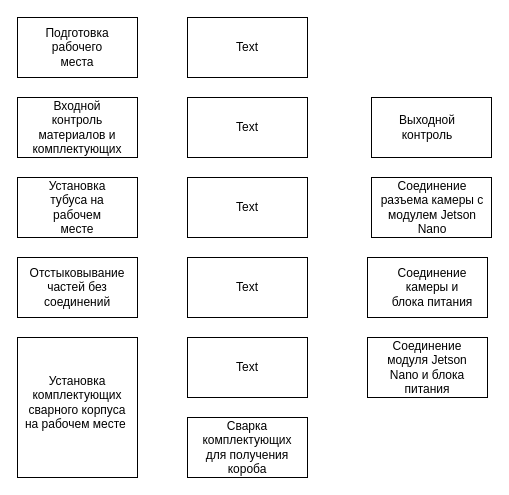
Above: Диаграмма без названия.drawio in SleptsovDenis/Kursach (draw.io), before the change. Source tidied: cells renumbered, new cells numbered last; positions are measured from the earlier drawing's top-left corner, leaving out a move shared by most shapes. Both pictures are drawn from the tidied source at 100%, with x=0, y=0 at pixel (17, 17).
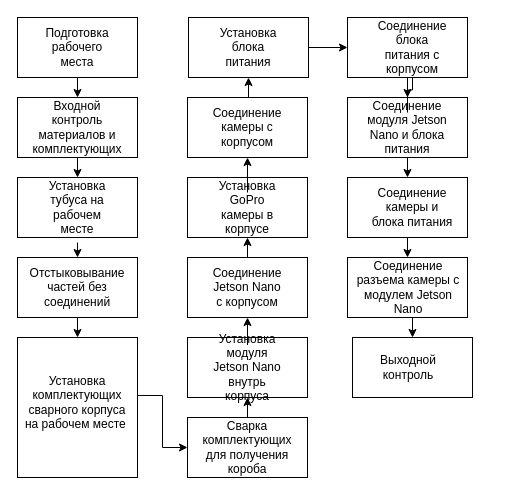
The same page after the edit.

The change refers to these unchanged cells:
```xml
<mxCell id="2" style="rounded=0;whiteSpace=wrap;html=1;" parent="1" vertex="1">
  <mxGeometry width="120" height="60" as="geometry" />
</mxCell>
<mxCell id="3" style="rounded=0;whiteSpace=wrap;html=1;" parent="1" vertex="1">
  <mxGeometry y="240" width="120" height="60" as="geometry" />
</mxCell>
<mxCell id="4" style="rounded=0;whiteSpace=wrap;html=1;" parent="1" vertex="1">
  <mxGeometry y="160" width="120" height="60" as="geometry" />
</mxCell>
<mxCell id="5" style="rounded=0;whiteSpace=wrap;html=1;" parent="1" vertex="1">
  <mxGeometry y="80" width="120" height="60" as="geometry" />
</mxCell>
<mxCell id="6" style="rounded=0;whiteSpace=wrap;html=1;" parent="1" vertex="1">
  <mxGeometry y="320" width="120" height="140" as="geometry" />
</mxCell>
<mxCell id="20" style="rounded=0;whiteSpace=wrap;html=1;" parent="1" vertex="1">
  <mxGeometry x="170" y="80" width="120" height="60" as="geometry" />
</mxCell>
<mxCell id="23" style="rounded=0;whiteSpace=wrap;html=1;" parent="1" vertex="1">
  <mxGeometry x="170" y="160" width="120" height="60" as="geometry" />
</mxCell>
<mxCell id="24" style="rounded=0;whiteSpace=wrap;html=1;" parent="1" vertex="1">
  <mxGeometry x="170" y="240" width="120" height="60" as="geometry" />
</mxCell>
<mxCell id="27" style="rounded=0;whiteSpace=wrap;html=1;" parent="1" vertex="1">
  <mxGeometry x="170" y="320" width="120" height="60" as="geometry" />
</mxCell>
<mxCell id="28" style="rounded=0;whiteSpace=wrap;html=1;" parent="1" vertex="1">
  <mxGeometry x="170" y="400" width="120" height="60" as="geometry" />
</mxCell>
```

The edit, as a diff of the source:
```diff
@@
+    <mxCell id="32" style="edgeStyle=orthogonalEdgeStyle;rounded=0;jettySize=auto;html=1;exitX=0.5;exitY=1;exitDx=0;exitDy=0;entryX=0.5;entryY=0;entryDx=0;entryDy=0;" parent="1" edge="1" source="2" target="5">
+      <mxGeometry relative="1" as="geometry" />
+    </mxCell>
@@
+    <mxCell id="33" style="edgeStyle=orthogonalEdgeStyle;rounded=0;jettySize=auto;html=1;exitX=0.5;exitY=1;exitDx=0;exitDy=0;entryX=0.5;entryY=0;entryDx=0;entryDy=0;" parent="1" edge="1" source="3" target="6">
+      <mxGeometry relative="1" as="geometry" />
+    </mxCell>
@@
     <mxCell id="7" style="rounded=0;whiteSpace=wrap;html=1;" parent="1" vertex="1">
-      <mxGeometry x="350" y="320" width="120" height="60" as="geometry" />
+      <mxGeometry x="330" y="80" width="120" height="60" as="geometry" />
     </mxCell>
     <mxCell id="8" style="rounded=0;whiteSpace=wrap;html=1;" parent="1" vertex="1">
-      <mxGeometry x="350" y="240" width="120" height="60" as="geometry" />
+      <mxGeometry x="330" y="160" width="120" height="60" as="geometry" />
     </mxCell>
     <mxCell id="9" style="rounded=0;whiteSpace=wrap;html=1;" parent="1" vertex="1">
-      <mxGeometry x="354" y="160" width="120" height="60" as="geometry" />
+      <mxGeometry x="330" y="240" width="120" height="60" as="geometry" />
     </mxCell>
     <mxCell id="10" style="rounded=0;whiteSpace=wrap;html=1;" parent="1" vertex="1">
-      <mxGeometry x="354" y="80" width="120" height="60" as="geometry" />
+      <mxGeometry x="335" y="320" width="120" height="60" as="geometry" />
     </mxCell>
@@
+    <mxCell id="34" style="edgeStyle=orthogonalEdgeStyle;rounded=0;jettySize=auto;html=1;entryX=0.5;entryY=0;entryDx=0;entryDy=0;" parent="1" edge="1" target="3">
+      <mxGeometry relative="1" as="geometry">
+        <mxPoint x="60" y="225" as="sourcePoint" />
+      </mxGeometry>
+    </mxCell>
@@
+    <mxCell id="35" style="edgeStyle=orthogonalEdgeStyle;rounded=0;jettySize=auto;html=1;entryX=0.5;entryY=0;entryDx=0;entryDy=0;" parent="1" edge="1" target="4">
+      <mxGeometry relative="1" as="geometry">
+        <mxPoint x="60" y="140" as="sourcePoint" />
+      </mxGeometry>
+    </mxCell>
@@
+    <mxCell id="36" style="edgeStyle=orthogonalEdgeStyle;rounded=0;jettySize=auto;html=1;entryX=0.5;entryY=0;entryDx=0;entryDy=0;" parent="1" edge="1" target="8">
+      <mxGeometry relative="1" as="geometry">
+        <mxPoint x="390" y="140" as="sourcePoint" />
+      </mxGeometry>
+    </mxCell>
+    <mxCell id="37" style="edgeStyle=orthogonalEdgeStyle;rounded=0;jettySize=auto;html=1;" parent="1" edge="1" source="15" target="21">
+      <mxGeometry relative="1" as="geometry" />
+    </mxCell>
     <mxCell id="15" value="Соединение модуля Jetson Nano и блока питания" style="text;strokeColor=none;align=center;fillColor=none;html=1;verticalAlign=middle;whiteSpace=wrap;rounded=0;" parent="1" vertex="1">
-      <mxGeometry x="360" y="335" width="100" height="30" as="geometry" />
+      <mxGeometry x="340" y="95" width="100" height="30" as="geometry" />
     </mxCell>
+    <mxCell id="38" style="edgeStyle=orthogonalEdgeStyle;rounded=0;jettySize=auto;html=1;entryX=0.5;entryY=0;entryDx=0;entryDy=0;exitX=0.5;exitY=1;exitDx=0;exitDy=0;" parent="1" edge="1" source="8" target="9">
+      <mxGeometry relative="1" as="geometry" />
+    </mxCell>
     <mxCell id="16" value="Соединение камеры и блока питания" style="text;strokeColor=none;align=center;fillColor=none;html=1;verticalAlign=middle;whiteSpace=wrap;rounded=0;" parent="1" vertex="1">
-      <mxGeometry x="370" y="255" width="90" height="30" as="geometry" />
+      <mxGeometry x="350" y="175" width="90" height="30" as="geometry" />
     </mxCell>
+    <mxCell id="39" style="edgeStyle=orthogonalEdgeStyle;rounded=0;jettySize=auto;html=1;entryX=0.5;entryY=0;entryDx=0;entryDy=0;" parent="1" edge="1" target="10">
+      <mxGeometry relative="1" as="geometry">
+        <mxPoint x="391" y="300" as="sourcePoint" />
+      </mxGeometry>
+    </mxCell>
     <mxCell id="17" value="Соединение разъема камеры с модулем Jetson Nano " style="text;strokeColor=none;align=center;fillColor=none;html=1;verticalAlign=middle;whiteSpace=wrap;rounded=0;" parent="1" vertex="1">
-      <mxGeometry x="360" y="175" width="110" height="30" as="geometry" />
+      <mxGeometry x="336" y="255" width="110" height="30" as="geometry" />
     </mxCell>
     <mxCell id="18" value="Выходной контроль" style="text;strokeColor=none;align=center;fillColor=none;html=1;verticalAlign=middle;whiteSpace=wrap;rounded=0;" parent="1" vertex="1">
-      <mxGeometry x="380" y="95" width="60" height="30" as="geometry" />
+      <mxGeometry x="361" y="335" width="60" height="30" as="geometry" />
     </mxCell>
     <mxCell id="19" style="rounded=0;whiteSpace=wrap;html=1;" parent="1" vertex="1">
-      <mxGeometry x="170" width="120" height="60" as="geometry" />
+      <mxGeometry x="330" width="120" height="60" as="geometry" />
     </mxCell>
+    <mxCell id="40" style="edgeStyle=orthogonalEdgeStyle;rounded=0;jettySize=auto;html=1;exitX=0.5;exitY=0;exitDx=0;exitDy=0;entryX=0.5;entryY=1;entryDx=0;entryDy=0;" parent="1" edge="1" source="20" target="48">
+      <mxGeometry relative="1" as="geometry" />
+    </mxCell>
@@
+    <mxCell id="41" style="edgeStyle=orthogonalEdgeStyle;rounded=0;jettySize=auto;html=1;entryX=0.5;entryY=0;entryDx=0;entryDy=0;exitX=0.5;exitY=1;exitDx=0;exitDy=0;" parent="1" edge="1" source="19" target="7">
+      <mxGeometry relative="1" as="geometry" />
+    </mxCell>
-    <mxCell id="21" value="Text" style="text;strokeColor=none;align=center;fillColor=none;html=1;verticalAlign=middle;whiteSpace=wrap;rounded=0;" parent="1" vertex="1">
-      <mxGeometry x="200" y="15" width="60" height="30" as="geometry" />
+    <mxCell id="21" value="Соединение блока питания с корпусом" style="text;strokeColor=none;align=center;fillColor=none;html=1;verticalAlign=middle;whiteSpace=wrap;rounded=0;" parent="1" vertex="1">
+      <mxGeometry x="360" y="10" width="70" height="40" as="geometry" />
     </mxCell>
-    <mxCell id="22" value="Text" style="text;strokeColor=none;align=center;fillColor=none;html=1;verticalAlign=middle;whiteSpace=wrap;rounded=0;" parent="1" vertex="1">
+    <mxCell id="22" value="Соединение камеры с корпусом" style="text;strokeColor=none;align=center;fillColor=none;html=1;verticalAlign=middle;whiteSpace=wrap;rounded=0;" parent="1" vertex="1">
       <mxGeometry x="200" y="95" width="60" height="30" as="geometry" />
     </mxCell>
@@
+    <mxCell id="42" style="edgeStyle=orthogonalEdgeStyle;rounded=0;jettySize=auto;html=1;exitX=0.5;exitY=0;exitDx=0;exitDy=0;entryX=0.5;entryY=1;entryDx=0;entryDy=0;" parent="1" edge="1" source="24" target="23">
+      <mxGeometry relative="1" as="geometry" />
+    </mxCell>
@@
+    <mxCell id="43" style="edgeStyle=orthogonalEdgeStyle;rounded=0;jettySize=auto;html=1;entryX=0.5;entryY=1;entryDx=0;entryDy=0;" parent="1" edge="1" source="25" target="20">
+      <mxGeometry relative="1" as="geometry" />
+    </mxCell>
-    <mxCell id="25" value="Text" style="text;strokeColor=none;align=center;fillColor=none;html=1;verticalAlign=middle;whiteSpace=wrap;rounded=0;" parent="1" vertex="1">
+    <mxCell id="25" value="Установка GoPro камеры в корпусе" style="text;strokeColor=none;align=center;fillColor=none;html=1;verticalAlign=middle;whiteSpace=wrap;rounded=0;" parent="1" vertex="1">
       <mxGeometry x="200" y="175" width="60" height="30" as="geometry" />
     </mxCell>
-    <mxCell id="26" value="Text" style="text;strokeColor=none;align=center;fillColor=none;html=1;verticalAlign=middle;whiteSpace=wrap;rounded=0;" parent="1" vertex="1">
+    <mxCell id="26" value="Соединение Jetson Nano с корпусом" style="text;strokeColor=none;align=center;fillColor=none;html=1;verticalAlign=middle;whiteSpace=wrap;rounded=0;" parent="1" vertex="1">
       <mxGeometry x="200" y="255" width="60" height="30" as="geometry" />
     </mxCell>
@@
+    <mxCell id="44" style="edgeStyle=orthogonalEdgeStyle;rounded=0;jettySize=auto;html=1;entryX=0.5;entryY=1;entryDx=0;entryDy=0;" parent="1" edge="1" source="29" target="24">
+      <mxGeometry relative="1" as="geometry" />
+    </mxCell>
-    <mxCell id="29" value="Text" style="text;strokeColor=none;align=center;fillColor=none;html=1;verticalAlign=middle;whiteSpace=wrap;rounded=0;" parent="1" vertex="1">
-      <mxGeometry x="200" y="335" width="60" height="30" as="geometry" />
+    <mxCell id="29" value="&lt;div&gt;Установка модуля Jetson Nano внутрь корпуса&lt;br&gt;&lt;/div&gt;" style="text;strokeColor=none;align=center;fillColor=none;html=1;verticalAlign=middle;whiteSpace=wrap;rounded=0;" parent="1" vertex="1">
+      <mxGeometry x="190" y="327.5" width="80" height="45" as="geometry" />
     </mxCell>
+    <mxCell id="45" style="edgeStyle=orthogonalEdgeStyle;rounded=0;jettySize=auto;html=1;entryX=0.5;entryY=1;entryDx=0;entryDy=0;" parent="1" edge="1" target="27">
+      <mxGeometry relative="1" as="geometry">
+        <mxPoint x="230" y="400" as="sourcePoint" />
+      </mxGeometry>
+    </mxCell>
@@
+    <mxCell id="46" style="edgeStyle=orthogonalEdgeStyle;rounded=0;jettySize=auto;html=1;entryX=0;entryY=0.5;entryDx=0;entryDy=0;exitX=1;exitY=0.414;exitDx=0;exitDy=0;exitPerimeter=0;" parent="1" edge="1" source="6" target="28">
+      <mxGeometry relative="1" as="geometry" />
+    </mxCell>
@@
+    <mxCell id="47" style="edgeStyle=orthogonalEdgeStyle;rounded=0;jettySize=auto;html=1;exitX=1;exitY=0.5;exitDx=0;exitDy=0;entryX=0;entryY=0.5;entryDx=0;entryDy=0;" parent="1" edge="1" source="48" target="19">
+      <mxGeometry relative="1" as="geometry" />
+    </mxCell>
+    <mxCell id="48" style="rounded=0;whiteSpace=wrap;html=1;" parent="1" vertex="1">
+      <mxGeometry x="171" width="120" height="60" as="geometry" />
+    </mxCell>
+    <mxCell id="49" value="Установка блока питания" style="text;strokeColor=none;align=center;fillColor=none;html=1;verticalAlign=middle;whiteSpace=wrap;rounded=0;" parent="1" vertex="1">
+      <mxGeometry x="201" y="15" width="60" height="30" as="geometry" />
+    </mxCell>
```
